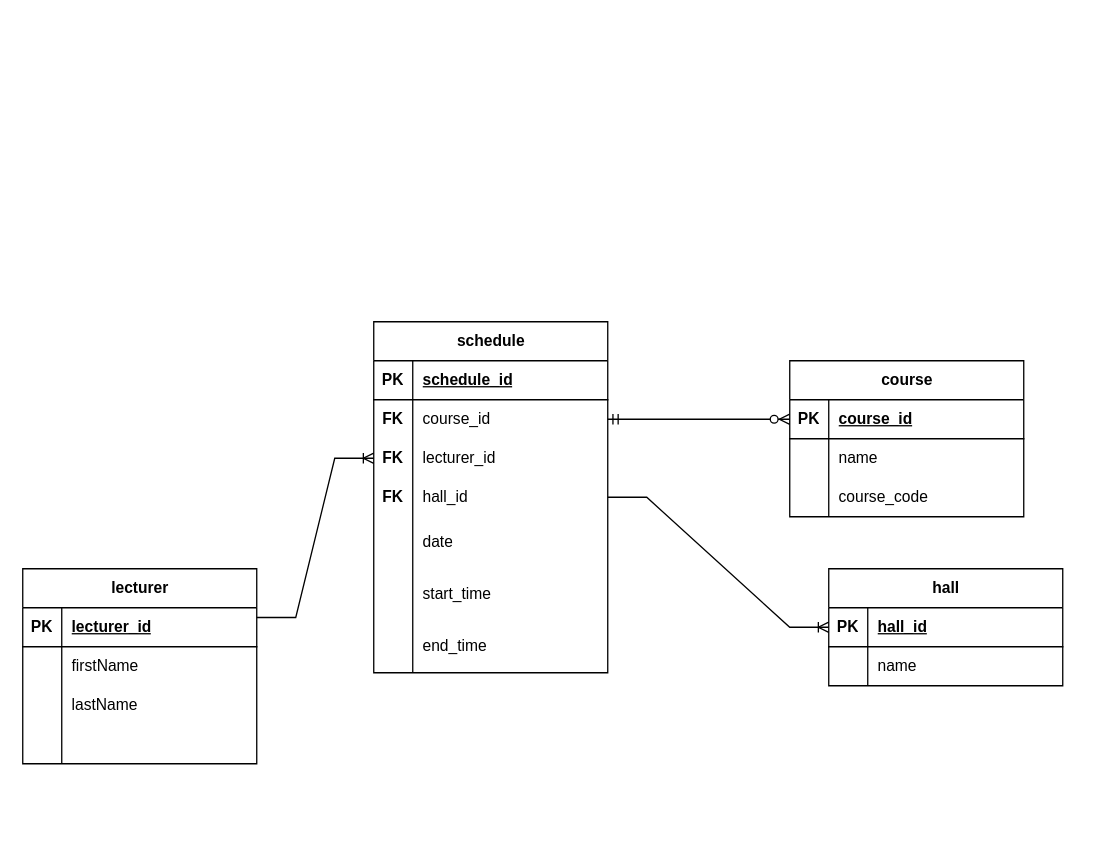
This is Untitled Diagram.drawio from dkeemz/todolist-CLI, a draw.io file, before an edit. Source tidied: cells renumbered, new cells numbered last; positions are measured from the earlier drawing's top-left corner, leaving out a move shared by most shapes. Both pictures are drawn from the tidied source at 130%, with x=0, y=0 at pixel (-17, 321).
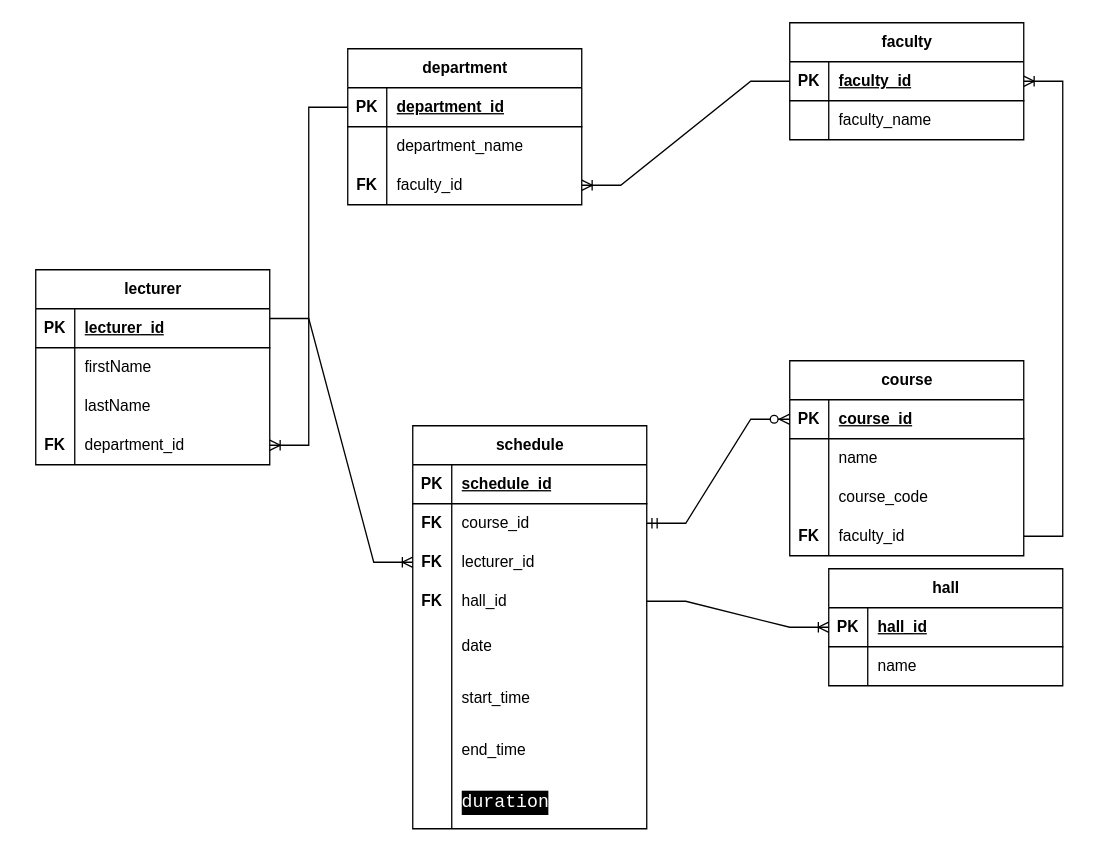
The same page after the edit.

The change refers to these unchanged cells:
```xml
<mxCell id="12" style="shape=tableRow;horizontal=0;startSize=0;swimlaneHead=0;swimlaneBody=0;fillColor=none;points=[[0,0.5],[1,0.5]];portConstraint=eastwest;top=0;left=0;right=0;bottom=0;" parent="2" vertex="1">
  <mxGeometry y="120" width="180" height="30" as="geometry" />
</mxCell>
```

Change to the diagram source:
```diff
@@
     <mxCell id="2" value="lecturer" style="shape=table;startSize=30;childLayout=tableLayout;rowLines=0;fontStyle=1;align=center;html=1;" parent="1" vertex="1">
-      <mxGeometry x="30" y="190" width="180" height="150" as="geometry" />
+      <mxGeometry x="40" y="-40" width="180" height="150" as="geometry" />
     </mxCell>
@@
-    <mxCell id="13" style="shape=partialRectangle;fillColor=none;top=0;left=0;bottom=0;right=0;overflow=hidden;whiteSpace=wrap;html=1;" parent="12" vertex="1">
+    <mxCell id="13" value="&lt;b&gt;FK&lt;/b&gt;" style="shape=partialRectangle;fillColor=none;top=0;left=0;bottom=0;right=0;overflow=hidden;whiteSpace=wrap;html=1;" parent="12" vertex="1">
       <mxGeometry width="30" height="30" as="geometry" />
     </mxCell>
-    <mxCell id="14" style="shape=partialRectangle;fillColor=none;top=0;left=0;bottom=0;right=0;align=left;spacingLeft=6;overflow=hidden;whiteSpace=wrap;html=1;" parent="12" vertex="1">
+    <mxCell id="14" value="department_id" style="shape=partialRectangle;fillColor=none;top=0;left=0;bottom=0;right=0;align=left;spacingLeft=6;overflow=hidden;whiteSpace=wrap;html=1;" parent="12" vertex="1">
       <mxGeometry x="30" width="150" height="30" as="geometry" />
     </mxCell>
     <mxCell id="15" value="course" style="shape=table;startSize=30;childLayout=tableLayout;rowLines=0;fontStyle=1;align=center;html=1;" parent="1" vertex="1">
-      <mxGeometry x="620" y="30" width="180" height="120" as="geometry" />
+      <mxGeometry x="620" y="30" width="180" height="150" as="geometry" />
     </mxCell>
@@
+    <mxCell id="57" style="shape=tableRow;horizontal=0;startSize=0;swimlaneHead=0;swimlaneBody=0;fillColor=none;points=[[0,0.5],[1,0.5]];portConstraint=eastwest;top=0;left=0;right=0;bottom=0;" parent="15" vertex="1">
+      <mxGeometry y="120" width="180" height="30" as="geometry" />
+    </mxCell>
+    <mxCell id="58" value="FK" style="shape=partialRectangle;fillColor=none;top=0;left=0;bottom=0;right=0;overflow=hidden;whiteSpace=wrap;html=1;fontStyle=1;" parent="57" vertex="1">
+      <mxGeometry width="30" height="30" as="geometry" />
+    </mxCell>
+    <mxCell id="59" value="faculty_id" style="shape=partialRectangle;fillColor=none;top=0;left=0;bottom=0;right=0;align=left;spacingLeft=6;overflow=hidden;whiteSpace=wrap;html=1;" parent="57" vertex="1">
+      <mxGeometry x="30" width="150" height="30" as="geometry" />
+    </mxCell>
@@
     <mxCell id="26" value="schedule" style="shape=table;startSize=30;childLayout=tableLayout;rowLines=0;fontStyle=1;align=center;html=1;" parent="1" vertex="1">
-      <mxGeometry x="300" width="180" height="270" as="geometry" />
+      <mxGeometry x="330" y="80" width="180" height="310" as="geometry" />
     </mxCell>
@@
+    <mxCell id="60" style="shape=tableRow;horizontal=0;startSize=0;swimlaneHead=0;swimlaneBody=0;fillColor=none;top=0;left=0;right=0;bottom=0;" parent="26" vertex="1">
+      <mxGeometry y="270" width="180" height="40" as="geometry" />
+    </mxCell>
+    <mxCell id="61" style="shape=partialRectangle;fillColor=none;top=0;left=0;bottom=0;right=0;overflow=hidden;whiteSpace=wrap;html=1;" parent="60" vertex="1">
+      <mxGeometry width="30" height="40" as="geometry" />
+    </mxCell>
+    <mxCell id="62" value="&lt;div style=&quot;color: rgb(255, 255, 255); background-color: rgb(0, 0, 0); font-family: Consolas, &amp;quot;Courier New&amp;quot;, monospace; font-size: 14px; line-height: 19px;&quot;&gt;duration&lt;/div&gt;" style="shape=partialRectangle;fillColor=none;top=0;left=0;bottom=0;right=0;align=left;spacingLeft=6;overflow=hidden;whiteSpace=wrap;html=1;" parent="60" vertex="1">
+      <mxGeometry x="30" width="150" height="40" as="geometry" />
+    </mxCell>
@@
+    <mxCell id="63" value="department" style="shape=table;startSize=30;childLayout=tableLayout;rowLines=0;fontStyle=1;align=center;html=1;" parent="1" vertex="1">
+      <mxGeometry x="280" y="-210" width="180" height="120" as="geometry" />
+    </mxCell>
+    <mxCell id="64" style="shape=tableRow;horizontal=0;startSize=0;swimlaneHead=0;swimlaneBody=0;fillColor=none;points=[[0,0.5],[1,0.5]];portConstraint=eastwest;top=0;left=0;right=0;bottom=1;" parent="63" vertex="1">
+      <mxGeometry y="30" width="180" height="30" as="geometry" />
+    </mxCell>
+    <mxCell id="65" value="PK" style="shape=partialRectangle;fillColor=none;top=0;left=0;bottom=0;right=0;fontStyle=1;overflow=hidden;whiteSpace=wrap;html=1;" parent="64" vertex="1">
+      <mxGeometry width="30" height="30" as="geometry" />
+    </mxCell>
+    <mxCell id="66" value="department_id" style="shape=partialRectangle;fillColor=none;top=0;left=0;bottom=0;right=0;align=left;spacingLeft=6;fontStyle=5;overflow=hidden;whiteSpace=wrap;html=1;" parent="64" vertex="1">
+      <mxGeometry x="30" width="150" height="30" as="geometry" />
+    </mxCell>
+    <mxCell id="67" style="shape=tableRow;horizontal=0;startSize=0;swimlaneHead=0;swimlaneBody=0;fillColor=none;top=0;left=0;right=0;bottom=0;" parent="63" vertex="1">
+      <mxGeometry y="60" width="180" height="30" as="geometry" />
+    </mxCell>
+    <mxCell id="68" style="shape=partialRectangle;fillColor=none;top=0;left=0;bottom=0;right=0;overflow=hidden;whiteSpace=wrap;html=1;" parent="67" vertex="1">
+      <mxGeometry width="30" height="30" as="geometry" />
+    </mxCell>
+    <mxCell id="69" value="department_name" style="shape=partialRectangle;fillColor=none;top=0;left=0;bottom=0;right=0;align=left;spacingLeft=6;overflow=hidden;whiteSpace=wrap;html=1;" parent="67" vertex="1">
+      <mxGeometry x="30" width="150" height="30" as="geometry" />
+    </mxCell>
+    <mxCell id="70" style="shape=tableRow;horizontal=0;startSize=0;swimlaneHead=0;swimlaneBody=0;fillColor=none;points=[[0,0.5],[1,0.5]];portConstraint=eastwest;top=0;left=0;right=0;bottom=0;" parent="63" vertex="1">
+      <mxGeometry y="90" width="180" height="30" as="geometry" />
+    </mxCell>
+    <mxCell id="71" value="&lt;b&gt;FK&lt;/b&gt;" style="shape=partialRectangle;fillColor=none;top=0;left=0;bottom=0;right=0;overflow=hidden;whiteSpace=wrap;html=1;" parent="70" vertex="1">
+      <mxGeometry width="30" height="30" as="geometry" />
+    </mxCell>
+    <mxCell id="72" value="faculty_id" style="shape=partialRectangle;fillColor=none;top=0;left=0;bottom=0;right=0;align=left;spacingLeft=6;overflow=hidden;whiteSpace=wrap;html=1;" parent="70" vertex="1">
+      <mxGeometry x="30" width="150" height="30" as="geometry" />
+    </mxCell>
+    <mxCell id="73" value="faculty" style="shape=table;startSize=30;childLayout=tableLayout;rowLines=0;fontStyle=1;align=center;html=1;" parent="1" vertex="1">
+      <mxGeometry x="620" y="-230" width="180" height="90" as="geometry" />
+    </mxCell>
+    <mxCell id="74" style="shape=tableRow;horizontal=0;startSize=0;swimlaneHead=0;swimlaneBody=0;fillColor=none;points=[[0,0.5],[1,0.5]];portConstraint=eastwest;top=0;left=0;right=0;bottom=1;" parent="73" vertex="1">
+      <mxGeometry y="30" width="180" height="30" as="geometry" />
+    </mxCell>
+    <mxCell id="75" value="PK" style="shape=partialRectangle;fillColor=none;top=0;left=0;bottom=0;right=0;fontStyle=1;overflow=hidden;whiteSpace=wrap;html=1;" parent="74" vertex="1">
+      <mxGeometry width="30" height="30" as="geometry" />
+    </mxCell>
+    <mxCell id="76" value="faculty_id" style="shape=partialRectangle;fillColor=none;top=0;left=0;bottom=0;right=0;align=left;spacingLeft=6;fontStyle=5;overflow=hidden;whiteSpace=wrap;html=1;" parent="74" vertex="1">
+      <mxGeometry x="30" width="150" height="30" as="geometry" />
+    </mxCell>
+    <mxCell id="77" style="shape=tableRow;horizontal=0;startSize=0;swimlaneHead=0;swimlaneBody=0;fillColor=none;top=0;left=0;right=0;bottom=0;" parent="73" vertex="1">
+      <mxGeometry y="60" width="180" height="30" as="geometry" />
+    </mxCell>
+    <mxCell id="78" style="shape=partialRectangle;fillColor=none;top=0;left=0;bottom=0;right=0;overflow=hidden;whiteSpace=wrap;html=1;" parent="77" vertex="1">
+      <mxGeometry width="30" height="30" as="geometry" />
+    </mxCell>
+    <mxCell id="79" value="faculty_name" style="shape=partialRectangle;fillColor=none;top=0;left=0;bottom=0;right=0;align=left;spacingLeft=6;overflow=hidden;whiteSpace=wrap;html=1;" parent="77" vertex="1">
+      <mxGeometry x="30" width="150" height="30" as="geometry" />
+    </mxCell>
+    <mxCell id="80" style="edgeStyle=entityRelationEdgeStyle;fontSize=12;html=1;endArrow=ERoneToMany;rounded=0;exitX=0;exitY=0.5;exitDx=0;exitDy=0;entryX=1;entryY=0.5;entryDx=0;entryDy=0;" parent="1" edge="1" source="74" target="70">
+      <mxGeometry relative="1" as="geometry">
+        <Array as="points">
+          <mxPoint x="560" y="-110" />
+          <mxPoint x="550" y="-90" />
+        </Array>
+      </mxGeometry>
+    </mxCell>
+    <mxCell id="81" style="edgeStyle=entityRelationEdgeStyle;fontSize=12;html=1;endArrow=ERoneToMany;rounded=0;entryX=1;entryY=0.5;entryDx=0;entryDy=0;exitX=0;exitY=0.5;exitDx=0;exitDy=0;" parent="1" edge="1" source="64" target="12">
+      <mxGeometry relative="1" as="geometry" />
+    </mxCell>
+    <mxCell id="82" style="edgeStyle=entityRelationEdgeStyle;fontSize=12;html=1;endArrow=ERoneToMany;rounded=0;entryX=1;entryY=0.5;entryDx=0;entryDy=0;exitX=1;exitY=0.5;exitDx=0;exitDy=0;" parent="1" edge="1" source="57" target="74">
+      <mxGeometry relative="1" as="geometry" />
+    </mxCell>
```
